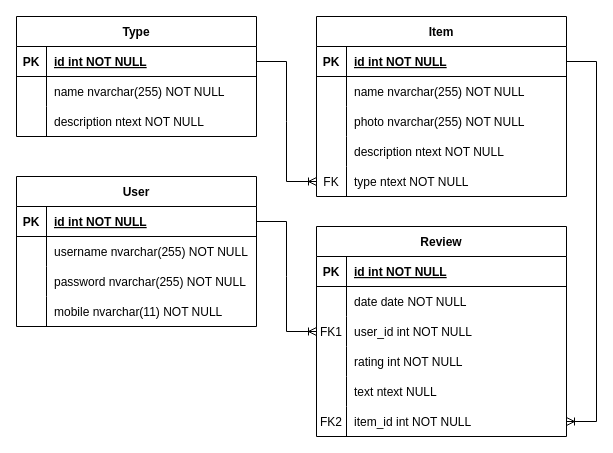
Earlier version of the draw.io diagram Prototyping/ERD.drawio (DogNellaf/RecomendationSystem). Source tidied: cells renumbered, new cells numbered last; positions are measured from the earlier drawing's top-left corner, leaving out a move shared by most shapes. Both pictures are drawn from the tidied source at 100%, with x=0, y=0 at pixel (16, 16).
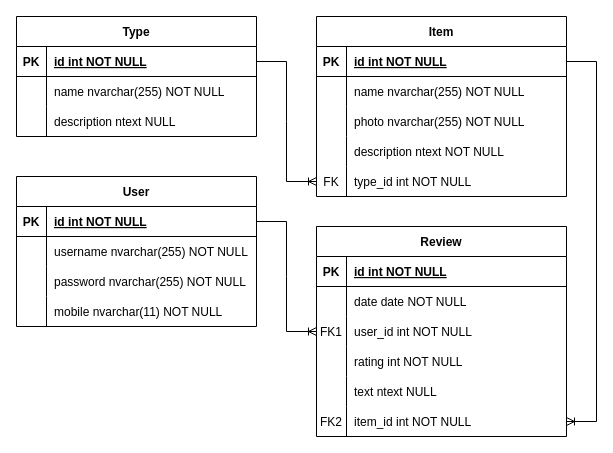
Above is the later version.

Commit message (it also covers changes not shown here):
feature: Старт отчета

Unchanged cells that the change refers to:
```xml
<mxCell id="47" style="shape=partialRectangle;fillColor=none;points=[[0,0.5],[1,0.5]];portConstraint=eastwest;top=0;left=0;right=0;bottom=0;" parent="34" vertex="1">
  <mxGeometry y="150" width="250" height="30" as="geometry" />
</mxCell>
<mxCell id="57" style="shape=partialRectangle;fillColor=none;top=0;left=0;right=0;bottom=0;" parent="50" vertex="1">
  <mxGeometry y="90" width="240" height="30" as="geometry" />
</mxCell>
```

Change to the diagram source:
```diff
@@
-    <mxCell id="49" value="type ntext NOT NULL" style="shape=partialRectangle;overflow=hidden;fillColor=none;top=0;left=0;bottom=0;right=0;align=left;spacingLeft=6;" parent="47" vertex="1">
+    <mxCell id="49" value="type_id int NOT NULL" style="shape=partialRectangle;overflow=hidden;fillColor=none;top=0;left=0;bottom=0;right=0;align=left;spacingLeft=6;" parent="47" vertex="1">
       <mxGeometry x="30" width="220" height="30" as="geometry" />
     </mxCell>
@@
-    <mxCell id="59" value="description ntext NOT NULL" style="shape=partialRectangle;overflow=hidden;fillColor=none;top=0;left=0;bottom=0;right=0;align=left;spacingLeft=6;" parent="57" vertex="1">
+    <mxCell id="59" value="description ntext NULL" style="shape=partialRectangle;overflow=hidden;fillColor=none;top=0;left=0;bottom=0;right=0;align=left;spacingLeft=6;" parent="57" vertex="1">
       <mxGeometry x="30" width="210" height="30" as="geometry" />
     </mxCell>
```
